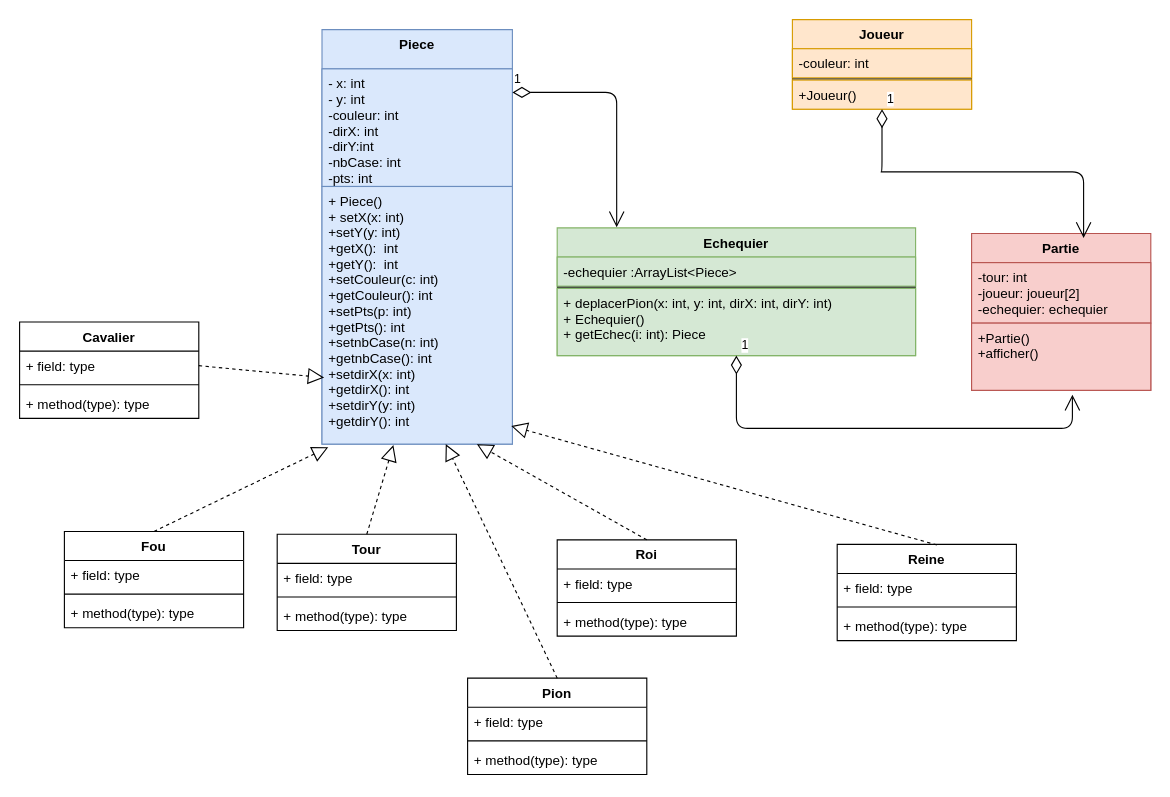
This is diagrammes/diagramme.drawio from LordPax/ProjetJava, a draw.io file, before an edit. Source tidied: cells renumbered, new cells numbered last; positions are measured from the earlier drawing's top-left corner, leaving out a move shared by most shapes. Both pictures are drawn from the tidied source at 112%, with x=0, y=0 at pixel (19, 19).
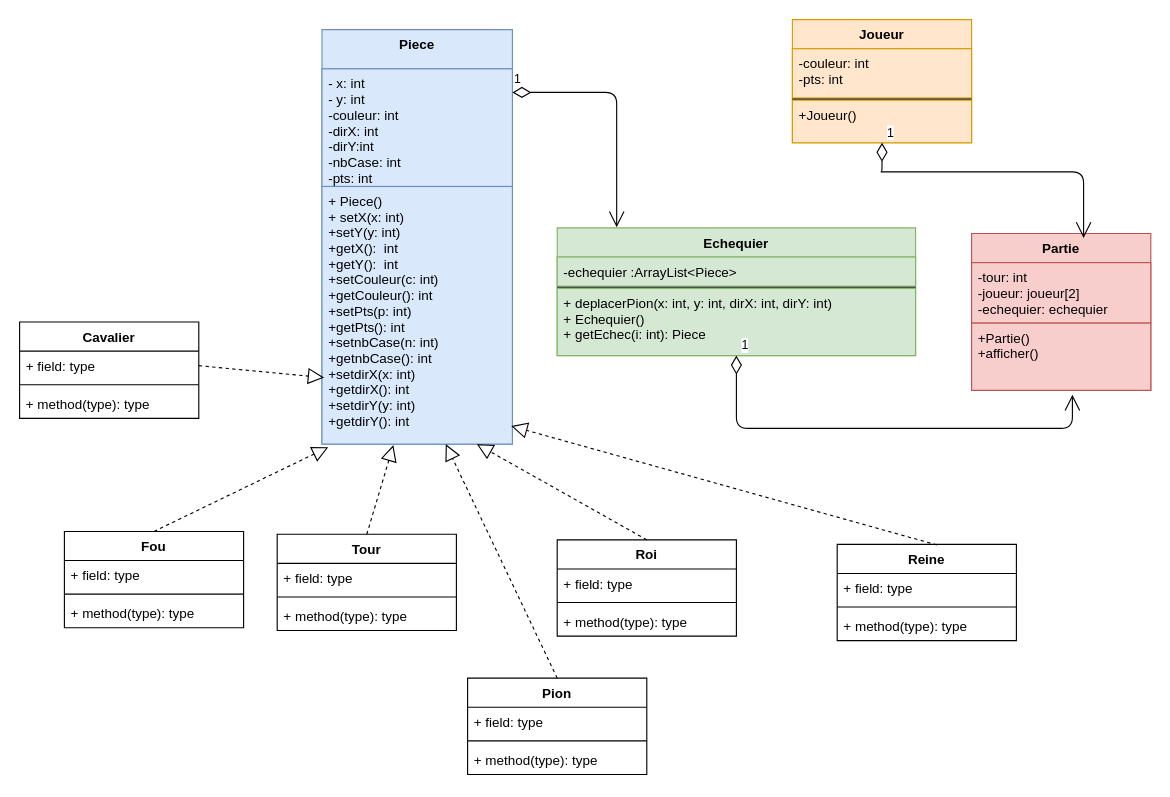
After the change.

Diff of the diagram source:
```diff
@@
     <mxCell id="14" value="Joueur" style="swimlane;fontStyle=1;align=center;verticalAlign=top;horizontal=1;startSize=26;fillColor=#ffe6cc;strokeColor=#d79b00;" parent="1" vertex="1">
-      <mxGeometry x="690" width="160" height="80" as="geometry" />
+      <mxGeometry x="690" width="160" height="110" as="geometry" />
     </mxCell>
-    <mxCell id="15" value="-couleur: int&#10;" style="text;strokeColor=#d79b00;fillColor=#ffe6cc;align=left;verticalAlign=top;spacingLeft=4;spacingRight=4;overflow=hidden;" parent="14" vertex="1">
-      <mxGeometry y="26" width="160" height="26" as="geometry" />
+    <mxCell id="15" value="-couleur: int&#10;-pts: int&#10;" style="text;strokeColor=#d79b00;fillColor=#ffe6cc;align=left;verticalAlign=top;spacingLeft=4;spacingRight=4;overflow=hidden;" parent="14" vertex="1">
+      <mxGeometry y="26" width="160" height="44" as="geometry" />
     </mxCell>
     <mxCell id="16" style="line;strokeWidth=1;fillColor=none;align=left;verticalAlign=middle;spacingTop=-1;spacingLeft=3;spacingRight=3;labelPosition=right;" parent="14" vertex="1">
-      <mxGeometry y="52" width="160" height="2" as="geometry" />
+      <mxGeometry y="70" width="160" height="2" as="geometry" />
     </mxCell>
     <mxCell id="17" value="+Joueur()" style="text;strokeColor=#d79b00;fillColor=#ffe6cc;align=left;verticalAlign=top;spacingLeft=4;spacingRight=4;overflow=hidden;" parent="14" vertex="1">
-      <mxGeometry y="54" width="160" height="26" as="geometry" />
+      <mxGeometry y="72" width="160" height="38" as="geometry" />
     </mxCell>
```
